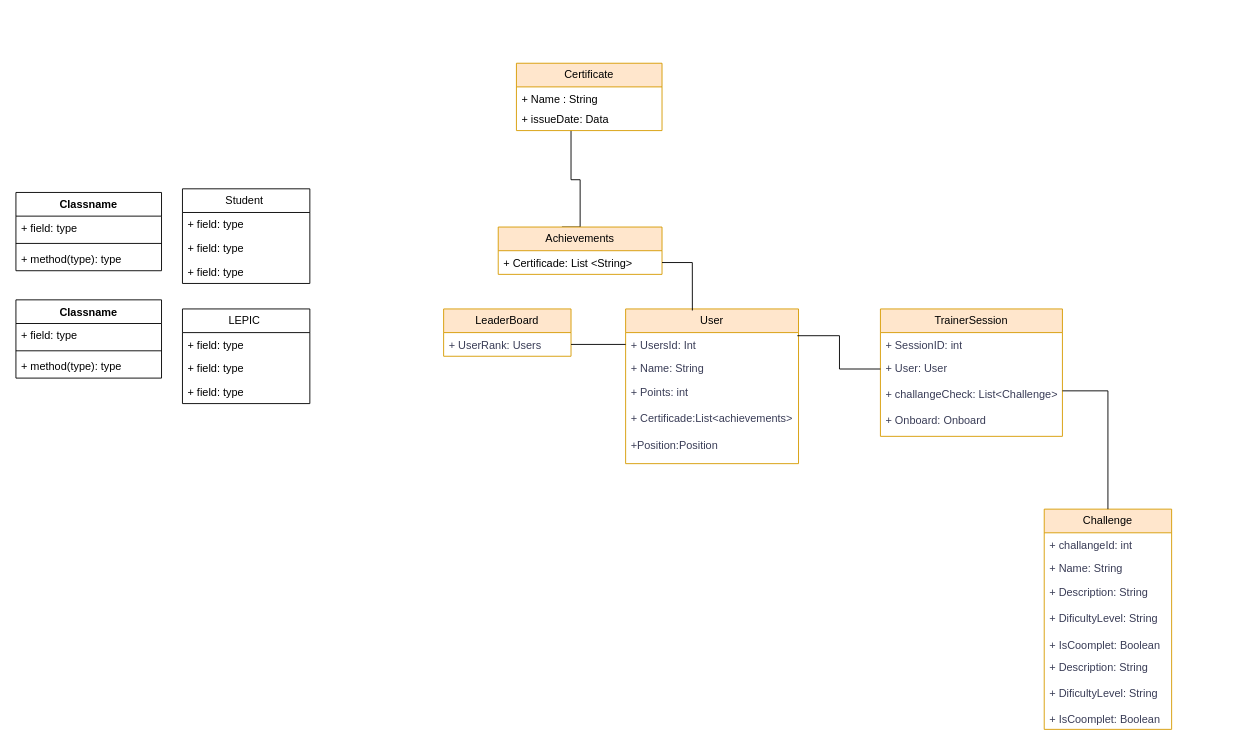
Above: src/Model/doc/UML_fiap.drawio in DevCodeMathias/Fiap_challange-2024 (draw.io), before the change. Source tidied: cells renumbered, new cells numbered last; positions are measured from the earlier drawing's top-left corner, leaving out a move shared by most shapes. Both pictures are drawn from the tidied source at 91%, with x=0, y=0 at pixel (15, 63).
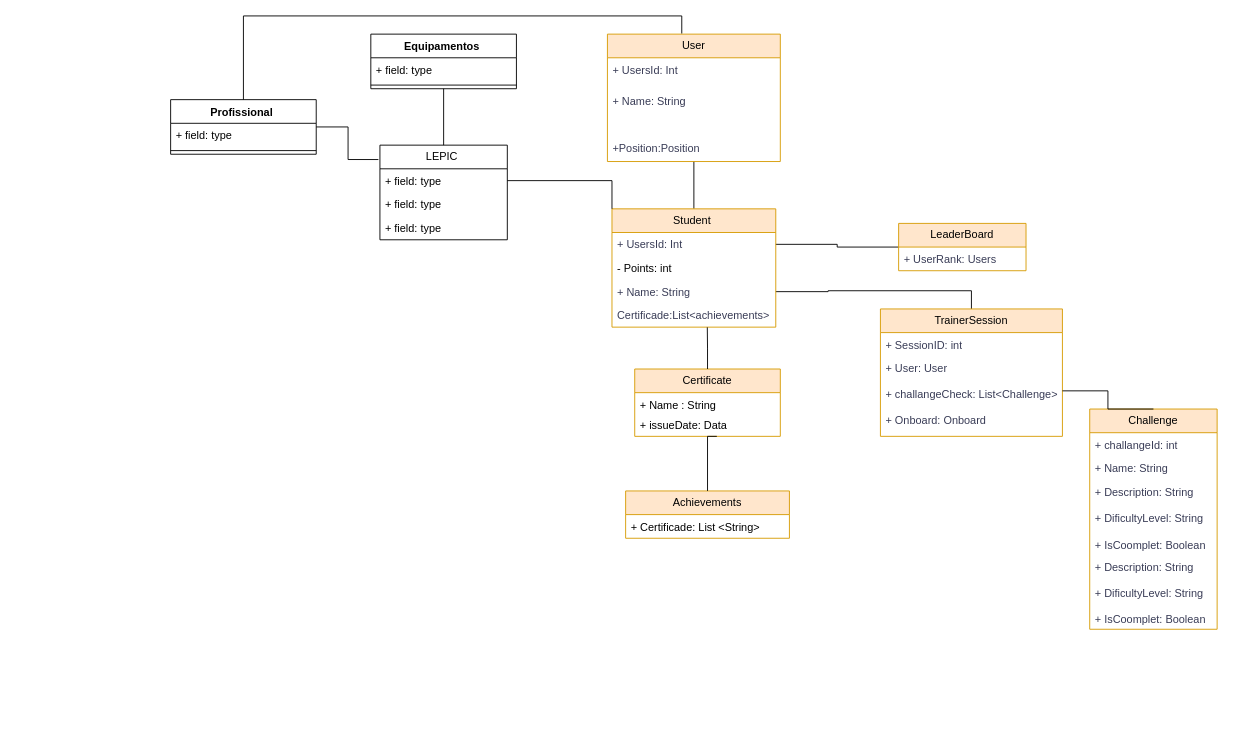
Above is the later version.

Unchanged cells that the change refers to:
```xml
<mxCell id="7" value="+ UserRank: Users" style="text;strokeColor=none;fillColor=none;align=left;verticalAlign=top;spacingLeft=4;spacingRight=4;overflow=hidden;points=[[0,0.5],[1,0.5]];portConstraint=eastwest;whiteSpace=wrap;html=1;labelBackgroundColor=none;fontColor=#393C56;" parent="6" vertex="1">
  <mxGeometry y="26" width="140" height="26" as="geometry" />
</mxCell>
<mxCell id="8" value="TrainerSession" style="swimlane;fontStyle=0;horizontal=1;startSize=26;fillColor=#ffe6cc;whiteSpace=wrap;html=1;labelBackgroundColor=none;strokeColor=#d79b00;" parent="1" vertex="1">
  <mxGeometry x="950" y="270" width="200" height="140" as="geometry" />
</mxCell>
<mxCell id="10" value="+ User: User" style="text;strokeColor=none;fillColor=none;align=left;verticalAlign=top;spacingLeft=4;spacingRight=4;overflow=hidden;points=[[0,0.5],[1,0.5]];portConstraint=eastwest;whiteSpace=wrap;html=1;labelBackgroundColor=none;fontColor=#393C56;" parent="8" vertex="1">
  <mxGeometry y="52" width="200" height="28" as="geometry" />
</mxCell>
<mxCell id="21" value="+ Certificade: List &amp;lt;String&amp;gt;&lt;div&gt;&lt;br&gt;&lt;/div&gt;" style="text;strokeColor=none;fillColor=none;align=left;verticalAlign=top;spacingLeft=4;spacingRight=4;overflow=hidden;points=[[0,0.5],[1,0.5]];portConstraint=eastwest;whiteSpace=wrap;html=1;" parent="20" vertex="1">
  <mxGeometry y="26" width="180" height="26" as="geometry" />
</mxCell>
<mxCell id="26" value="+ issueDate: Data&amp;nbsp;" style="text;strokeColor=none;fillColor=none;align=left;verticalAlign=top;spacingLeft=4;spacingRight=4;overflow=hidden;points=[[0,0.5],[1,0.5]];portConstraint=eastwest;whiteSpace=wrap;html=1;" parent="24" vertex="1">
  <mxGeometry y="48" width="160" height="26" as="geometry" />
</mxCell>
<mxCell id="32" value="+ field: type" style="text;strokeColor=none;fillColor=none;align=left;verticalAlign=top;spacingLeft=4;spacingRight=4;overflow=hidden;points=[[0,0.5],[1,0.5]];portConstraint=eastwest;whiteSpace=wrap;html=1;" parent="31" vertex="1">
  <mxGeometry y="26" width="140" height="26" as="geometry" />
</mxCell>
```

What changed in the source:
```diff
@@
+    <mxCell id="43" style="edgeStyle=orthogonalEdgeStyle;rounded=0;jettySize=auto;html=1;entryX=0.5;entryY=0;entryDx=0;entryDy=0;endArrow=none;endFill=0;" parent="1" edge="1" source="2" target="27">
+      <mxGeometry relative="1" as="geometry" />
+    </mxCell>
     <mxCell id="2" value="User" style="swimlane;fontStyle=0;horizontal=1;startSize=26;fillColor=#ffe6cc;whiteSpace=wrap;html=1;labelBackgroundColor=none;strokeColor=#d79b00;" parent="1" vertex="1">
-      <mxGeometry x="670" y="270" width="190" height="170" as="geometry" />
+      <mxGeometry x="650" y="-32" width="190" height="140" as="geometry" />
     </mxCell>
     <mxCell id="3" value="+ UsersId: Int" style="text;strokeColor=none;fillColor=none;align=left;verticalAlign=top;spacingLeft=4;spacingRight=4;overflow=hidden;points=[[0,0.5],[1,0.5]];portConstraint=eastwest;whiteSpace=wrap;html=1;labelBackgroundColor=none;fontColor=#393C56;" parent="2" vertex="1">
-      <mxGeometry y="26" width="190" height="26" as="geometry" />
+      <mxGeometry y="26" width="190" height="34" as="geometry" />
     </mxCell>
     <mxCell id="4" value="+ Name: String" style="text;strokeColor=none;fillColor=none;align=left;verticalAlign=top;spacingLeft=4;spacingRight=4;overflow=hidden;whiteSpace=wrap;html=1;labelBackgroundColor=none;fontColor=#393C56;" parent="2" vertex="1">
-      <mxGeometry y="52" width="190" height="26" as="geometry" />
+      <mxGeometry y="60" width="190" height="38" as="geometry" />
     </mxCell>
-    <mxCell id="5" value="+ Points: int&lt;div&gt;&lt;br&gt;&lt;/div&gt;&lt;div&gt;+ Certificade:List&amp;lt;achievements&amp;gt;&lt;/div&gt;&lt;div&gt;&lt;br&gt;&lt;div&gt;+Position:Position&lt;/div&gt;&lt;/div&gt;" style="text;strokeColor=none;fillColor=none;align=left;verticalAlign=top;spacingLeft=4;spacingRight=4;overflow=hidden;whiteSpace=wrap;html=1;labelBackgroundColor=none;fontColor=#393C56;" parent="2" vertex="1">
-      <mxGeometry y="78" width="190" height="92" as="geometry" />
+    <mxCell id="5" value="&lt;div&gt;&lt;br&gt;&lt;/div&gt;&lt;div&gt;&lt;div&gt;+Position:Position&lt;/div&gt;&lt;/div&gt;" style="text;strokeColor=none;fillColor=none;align=left;verticalAlign=top;spacingLeft=4;spacingRight=4;overflow=hidden;whiteSpace=wrap;html=1;labelBackgroundColor=none;fontColor=#393C56;" parent="2" vertex="1">
+      <mxGeometry y="98" width="190" height="42" as="geometry" />
     </mxCell>
+    <mxCell id="44" style="edgeStyle=orthogonalEdgeStyle;rounded=0;jettySize=auto;html=1;endArrow=none;endFill=0;" parent="1" edge="1" source="6" target="46">
+      <mxGeometry relative="1" as="geometry" />
+    </mxCell>
     <mxCell id="6" value="LeaderBoard" style="swimlane;fontStyle=0;horizontal=1;startSize=26;fillColor=#ffe6cc;whiteSpace=wrap;html=1;labelBackgroundColor=none;strokeColor=#d79b00;" parent="1" vertex="1">
-      <mxGeometry x="470" y="270" width="140" height="52" as="geometry" />
+      <mxGeometry x="970" y="176" width="140" height="52" as="geometry" />
     </mxCell>
@@
+    <mxCell id="45" style="edgeStyle=orthogonalEdgeStyle;rounded=0;jettySize=auto;html=1;entryX=1;entryY=0.5;entryDx=0;entryDy=0;endArrow=none;endFill=0;" parent="1" edge="1" source="8" target="47">
+      <mxGeometry relative="1" as="geometry" />
+    </mxCell>
@@
     <mxCell id="12" value="Challenge" style="swimlane;fontStyle=0;horizontal=1;startSize=26;fillColor=#ffe6cc;whiteSpace=wrap;html=1;labelBackgroundColor=none;strokeColor=#d79b00;" parent="1" vertex="1">
-      <mxGeometry x="1130" y="490" width="140" height="242" as="geometry" />
+      <mxGeometry x="1180" y="380" width="140" height="242" as="geometry" />
     </mxCell>
@@
-    <mxCell id="18" style="edgeStyle=orthogonalEdgeStyle;rounded=0;jettySize=auto;html=1;entryX=0.993;entryY=0.173;entryDx=0;entryDy=0;entryPerimeter=0;fontColor=#393C56;endArrow=none;endFill=0;" parent="1" edge="1" source="10" target="2">
-      <mxGeometry relative="1" as="geometry" />
-    </mxCell>
-    <mxCell id="19" style="edgeStyle=orthogonalEdgeStyle;rounded=0;orthogonalLoop=1;jettySize=auto;html=1;endArrow=none;endFill=0;" parent="1" edge="1">
-      <mxGeometry relative="1" as="geometry">
-        <mxPoint x="600" y="180" as="sourcePoint" />
-        <mxPoint x="610" y="74" as="targetPoint" />
-        <Array as="points">
-          <mxPoint x="620" y="180" />
-          <mxPoint x="620" y="128" />
-          <mxPoint x="610" y="128" />
-        </Array>
-      </mxGeometry>
-    </mxCell>
     <mxCell id="20" value="Achievements" style="swimlane;fontStyle=0;horizontal=1;startSize=26;fillColor=#ffe6cc;whiteSpace=wrap;html=1;strokeColor=#d79b00;" parent="1" vertex="1">
-      <mxGeometry x="530" y="180" width="180" height="52" as="geometry" />
+      <mxGeometry x="670" y="470" width="180" height="52" as="geometry" />
     </mxCell>
@@
-    <mxCell id="22" style="edgeStyle=orthogonalEdgeStyle;rounded=0;jettySize=auto;html=1;entryX=0.386;entryY=0.01;entryDx=0;entryDy=0;entryPerimeter=0;endArrow=none;endFill=0;" parent="1" edge="1" source="21" target="2">
-      <mxGeometry relative="1" as="geometry" />
-    </mxCell>
-    <mxCell id="23" style="edgeStyle=orthogonalEdgeStyle;rounded=0;jettySize=auto;html=1;entryX=0;entryY=0.5;entryDx=0;entryDy=0;endArrow=none;endFill=0;" parent="1" edge="1" source="7" target="3">
-      <mxGeometry relative="1" as="geometry" />
-    </mxCell>
     <mxCell id="24" value="Certificate" style="swimlane;fontStyle=0;horizontal=1;startSize=26;fillColor=#ffe6cc;whiteSpace=wrap;html=1;strokeColor=#d79b00;" parent="1" vertex="1">
-      <mxGeometry x="550" width="160" height="74" as="geometry" />
+      <mxGeometry x="680" y="336" width="160" height="74" as="geometry" />
     </mxCell>
@@
-    <mxCell id="27" value="Student&amp;nbsp;" style="swimlane;fontStyle=0;horizontal=1;startSize=26;fillColor=none;whiteSpace=wrap;html=1;" parent="1" vertex="1">
-      <mxGeometry x="183" y="138" width="140" height="104" as="geometry" />
+    <mxCell id="27" value="Student&amp;nbsp;" style="swimlane;fontStyle=0;horizontal=1;startSize=26;fillColor=#ffe6cc;whiteSpace=wrap;html=1;strokeColor=#d79b00;" parent="1" vertex="1">
+      <mxGeometry x="655" y="160" width="180" height="130" as="geometry" />
     </mxCell>
-    <mxCell id="28" value="+ field: type" style="text;strokeColor=none;fillColor=none;align=left;verticalAlign=top;spacingLeft=4;spacingRight=4;overflow=hidden;whiteSpace=wrap;html=1;" parent="27" vertex="1">
-      <mxGeometry y="26" width="140" height="26" as="geometry" />
-    </mxCell>
+    <mxCell id="46" value="+ UsersId: Int" style="text;strokeColor=none;fillColor=none;align=left;verticalAlign=top;spacingLeft=4;spacingRight=4;overflow=hidden;points=[[0,0.5],[1,0.5]];portConstraint=eastwest;whiteSpace=wrap;html=1;labelBackgroundColor=none;fontColor=#393C56;" parent="27" vertex="1">
+      <mxGeometry y="26" width="180" height="26" as="geometry" />
+    </mxCell>
-    <mxCell id="29" value="+ field: type" style="text;strokeColor=none;fillColor=none;align=left;verticalAlign=top;spacingLeft=4;spacingRight=4;overflow=hidden;whiteSpace=wrap;html=1;" parent="27" vertex="1">
-      <mxGeometry y="52" width="140" height="26" as="geometry" />
+    <mxCell id="29" value="- Points: int&amp;nbsp;" style="text;strokeColor=none;fillColor=none;align=left;verticalAlign=top;spacingLeft=4;spacingRight=4;overflow=hidden;whiteSpace=wrap;html=1;" parent="27" vertex="1">
+      <mxGeometry y="52" width="180" height="26" as="geometry" />
     </mxCell>
+    <mxCell id="47" value="+ Name: String" style="text;strokeColor=none;fillColor=none;align=left;verticalAlign=top;spacingLeft=4;spacingRight=4;overflow=hidden;points=[[0,0.5],[1,0.5]];portConstraint=eastwest;whiteSpace=wrap;html=1;labelBackgroundColor=none;fontColor=#393C56;" parent="27" vertex="1">
+      <mxGeometry y="78" width="180" height="26" as="geometry" />
+    </mxCell>
-    <mxCell id="30" value="+ field: type" style="text;strokeColor=none;fillColor=none;align=left;verticalAlign=top;spacingLeft=4;spacingRight=4;overflow=hidden;points=[[0,0.5],[1,0.5]];portConstraint=eastwest;whiteSpace=wrap;html=1;" parent="27" vertex="1">
-      <mxGeometry y="78" width="140" height="26" as="geometry" />
+    <mxCell id="30" value="&lt;div style=&quot;color: rgb(57, 60, 86);&quot;&gt;Certificade:List&amp;lt;achievements&amp;gt;&lt;/div&gt;&lt;div&gt;&lt;br&gt;&lt;/div&gt;" style="text;strokeColor=none;fillColor=none;align=left;verticalAlign=top;spacingLeft=4;spacingRight=4;overflow=hidden;points=[[0,0.5],[1,0.5]];portConstraint=eastwest;whiteSpace=wrap;html=1;" parent="27" vertex="1">
+      <mxGeometry y="104" width="180" height="26" as="geometry" />
     </mxCell>
     <mxCell id="31" value="LEPIC&amp;nbsp;" style="swimlane;fontStyle=0;horizontal=1;startSize=26;fillColor=none;whiteSpace=wrap;html=1;" parent="1" vertex="1">
-      <mxGeometry x="183" y="270" width="140" height="104" as="geometry" />
+      <mxGeometry x="400" y="90" width="140" height="104" as="geometry" />
     </mxCell>
@@
+    <mxCell id="48" style="edgeStyle=orthogonalEdgeStyle;rounded=0;jettySize=auto;html=1;endArrow=none;endFill=0;" parent="1" edge="1" source="35" target="31">
+      <mxGeometry relative="1" as="geometry" />
+    </mxCell>
-    <mxCell id="35" value="Classname" style="swimlane;fontStyle=1;align=center;verticalAlign=top;horizontal=1;startSize=26;whiteSpace=wrap;html=1;" parent="1" vertex="1">
-      <mxGeometry y="142" width="160" height="86" as="geometry" />
+    <mxCell id="35" value="Equipamentos&amp;nbsp;" style="swimlane;fontStyle=1;align=center;verticalAlign=top;horizontal=1;startSize=26;whiteSpace=wrap;html=1;" parent="1" vertex="1">
+      <mxGeometry x="390" y="-32" width="160" height="60" as="geometry" />
     </mxCell>
@@
-    <mxCell id="38" value="+ method(type): type" style="text;strokeColor=none;fillColor=none;align=left;verticalAlign=top;spacingLeft=4;spacingRight=4;overflow=hidden;whiteSpace=wrap;html=1;" parent="35" vertex="1">
-      <mxGeometry y="60" width="160" height="26" as="geometry" />
-    </mxCell>
-    <mxCell id="39" value="Classname" style="swimlane;fontStyle=1;align=center;verticalAlign=top;horizontal=1;startSize=26;whiteSpace=wrap;html=1;" parent="1" vertex="1">
-      <mxGeometry y="260" width="160" height="86" as="geometry" />
+    <mxCell id="39" value="Profissional&amp;nbsp;" style="swimlane;fontStyle=1;align=center;verticalAlign=top;horizontal=1;startSize=26;whiteSpace=wrap;html=1;" parent="1" vertex="1">
+      <mxGeometry x="170" y="40" width="160" height="60" as="geometry" />
     </mxCell>
@@
-    <mxCell id="42" value="+ method(type): type" style="text;strokeColor=none;fillColor=none;align=left;verticalAlign=top;spacingLeft=4;spacingRight=4;overflow=hidden;whiteSpace=wrap;html=1;" parent="39" vertex="1">
-      <mxGeometry y="60" width="160" height="26" as="geometry" />
-    </mxCell>
+    <mxCell id="49" style="edgeStyle=orthogonalEdgeStyle;rounded=0;jettySize=auto;html=1;entryX=0.582;entryY=1.008;entryDx=0;entryDy=0;entryPerimeter=0;endArrow=none;endFill=0;" parent="1" edge="1" source="24" target="30">
+      <mxGeometry relative="1" as="geometry" />
+    </mxCell>
+    <mxCell id="50" style="edgeStyle=orthogonalEdgeStyle;rounded=0;jettySize=auto;html=1;entryX=0.564;entryY=1;entryDx=0;entryDy=0;entryPerimeter=0;endArrow=none;endFill=0;" parent="1" edge="1" source="20" target="26">
+      <mxGeometry relative="1" as="geometry">
+        <Array as="points">
+          <mxPoint x="760" y="410" />
+        </Array>
+      </mxGeometry>
+    </mxCell>
+    <mxCell id="51" style="edgeStyle=orthogonalEdgeStyle;rounded=0;jettySize=auto;html=1;entryX=0;entryY=0;entryDx=0;entryDy=0;endArrow=none;endFill=0;" parent="1" edge="1" source="32" target="27">
+      <mxGeometry relative="1" as="geometry" />
+    </mxCell>
+    <mxCell id="52" style="edgeStyle=orthogonalEdgeStyle;rounded=0;jettySize=auto;html=1;entryX=-0.012;entryY=0.152;entryDx=0;entryDy=0;entryPerimeter=0;endArrow=none;endFill=0;" parent="1" edge="1" source="39" target="31">
+      <mxGeometry relative="1" as="geometry" />
+    </mxCell>
+    <mxCell id="53" style="edgeStyle=orthogonalEdgeStyle;rounded=0;jettySize=auto;html=1;entryX=0.43;entryY=-0.005;entryDx=0;entryDy=0;entryPerimeter=0;endArrow=none;endFill=0;" parent="1" edge="1" source="39" target="2">
+      <mxGeometry relative="1" as="geometry">
+        <Array as="points">
+          <mxPoint x="250" y="-52" />
+          <mxPoint x="732" y="-52" />
+        </Array>
+      </mxGeometry>
+    </mxCell>
```
